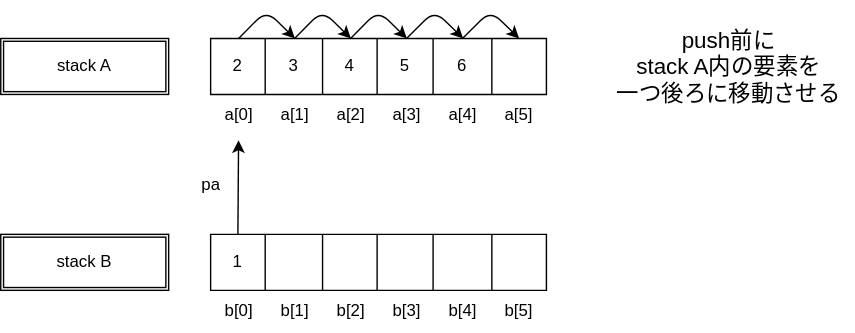
Before: images/array3.svg, a diagram exported from draw.io (welove-t/42Tokyo-push_swap). Source tidied: cells renumbered, new cells last; positions are measured from the earlier drawing's top-left corner, leaving out a move shared by most shapes.
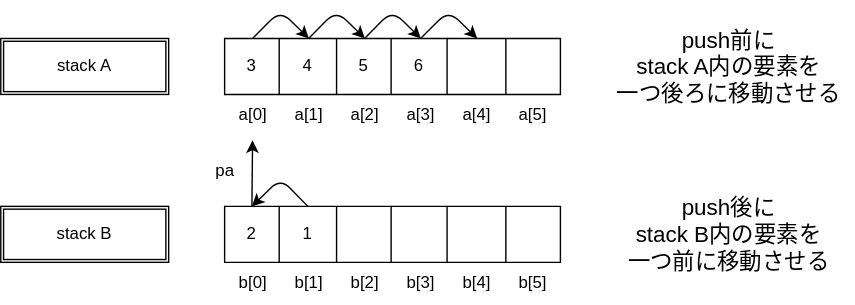
The same file after the commit.

Change to the diagram source:
```diff
@@ -3,64 +3,57 @@
     <mxCell id="0" />
     <mxCell id="1" parent="0" />
     <mxCell id="2" style="shape=table;html=1;whiteSpace=wrap;startSize=0;" parent="1" vertex="1">
-      <mxGeometry x="150" y="20" width="240" height="40" as="geometry" />
+      <mxGeometry x="160" y="20" width="240" height="40" as="geometry" />
     </mxCell>
     <mxCell id="3" style="shape=tableRow;horizontal=0;startSize=0;swimlaneHead=0;swimlaneBody=0;top=0;left=0;bottom=0;right=0;fillColor=none;" parent="2" vertex="1">
       <mxGeometry width="240" height="40" as="geometry" />
     </mxCell>
-    <mxCell id="4" value="2" style="shape=partialRectangle;html=1;whiteSpace=wrap;fillColor=none;top=0;left=0;bottom=0;right=0;overflow=hidden;" parent="3" vertex="1">
+    <mxCell id="4" value="3" style="shape=partialRectangle;html=1;whiteSpace=wrap;fillColor=none;top=0;left=0;bottom=0;right=0;overflow=hidden;" parent="3" vertex="1">
       <mxGeometry width="39" height="40" as="geometry" />
     </mxCell>
-    <mxCell id="5" value="3" style="shape=partialRectangle;html=1;whiteSpace=wrap;fillColor=none;top=0;left=0;bottom=0;right=0;overflow=hidden;" parent="3" vertex="1">
+    <mxCell id="5" value="4" style="shape=partialRectangle;html=1;whiteSpace=wrap;fillColor=none;top=0;left=0;bottom=0;right=0;overflow=hidden;" parent="3" vertex="1">
       <mxGeometry x="39" width="41" height="40" as="geometry" />
     </mxCell>
-    <mxCell id="6" value="4" style="shape=partialRectangle;html=1;whiteSpace=wrap;fillColor=none;top=0;left=0;bottom=0;right=0;overflow=hidden;" parent="3" vertex="1">
+    <mxCell id="6" value="5" style="shape=partialRectangle;html=1;whiteSpace=wrap;fillColor=none;top=0;left=0;bottom=0;right=0;overflow=hidden;" parent="3" vertex="1">
       <mxGeometry x="80" width="39" height="40" as="geometry" />
     </mxCell>
-    <mxCell id="7" value="5" style="shape=partialRectangle;html=1;whiteSpace=wrap;fillColor=none;top=0;left=0;bottom=0;right=0;overflow=hidden;" parent="3" vertex="1">
+    <mxCell id="7" value="6" style="shape=partialRectangle;html=1;whiteSpace=wrap;fillColor=none;top=0;left=0;bottom=0;right=0;overflow=hidden;" parent="3" vertex="1">
       <mxGeometry x="119" width="40" height="40" as="geometry" />
     </mxCell>
-    <mxCell id="8" value="6" style="shape=partialRectangle;html=1;whiteSpace=wrap;fillColor=none;top=0;left=0;bottom=0;right=0;overflow=hidden;" parent="3" vertex="1">
+    <mxCell id="8" style="shape=partialRectangle;html=1;whiteSpace=wrap;fillColor=none;top=0;left=0;bottom=0;right=0;overflow=hidden;" parent="3" vertex="1">
       <mxGeometry x="159" width="42" height="40" as="geometry" />
     </mxCell>
     <mxCell id="9" style="shape=partialRectangle;html=1;whiteSpace=wrap;fillColor=none;top=0;left=0;bottom=0;right=0;overflow=hidden;" parent="3" vertex="1">
       <mxGeometry x="201" width="39" height="40" as="geometry" />
     </mxCell>
-    <mxCell id="10" style="edgeStyle=none;html=1;exitX=0.5;exitY=0;exitDx=0;exitDy=0;fontSize=16;fontColor=#1A1A1A;entryX=0.5;entryY=0;entryDx=0;entryDy=0;" parent="3" edge="1" source="8" target="9">
-      <mxGeometry relative="1" as="geometry">
-        <Array as="points">
-          <mxPoint x="200" y="-20" />
-        </Array>
-      </mxGeometry>
-    </mxCell>
     <mxCell id="11" value="a[0]" style="text;html=1;align=center;verticalAlign=middle;points=[];strokeColor=none;fillColor=none;" parent="1" vertex="1">
-      <mxGeometry x="150" y="60" width="40" height="30" as="geometry" />
+      <mxGeometry x="160" y="60" width="40" height="30" as="geometry" />
     </mxCell>
     <mxCell id="12" value="a[1]" style="text;html=1;align=center;verticalAlign=middle;strokeColor=none;fillColor=none;" parent="1" vertex="1">
-      <mxGeometry x="190" y="60" width="40" height="30" as="geometry" />
+      <mxGeometry x="200" y="60" width="40" height="30" as="geometry" />
     </mxCell>
     <mxCell id="13" value="a[2]" style="text;html=1;align=center;verticalAlign=middle;strokeColor=none;fillColor=none;" parent="1" vertex="1">
-      <mxGeometry x="230" y="60" width="40" height="30" as="geometry" />
+      <mxGeometry x="240" y="60" width="40" height="30" as="geometry" />
     </mxCell>
     <mxCell id="14" value="a[3]" style="text;html=1;align=center;verticalAlign=middle;strokeColor=none;fillColor=none;" parent="1" vertex="1">
-      <mxGeometry x="270" y="60" width="40" height="30" as="geometry" />
+      <mxGeometry x="280" y="60" width="40" height="30" as="geometry" />
     </mxCell>
     <mxCell id="15" value="a[4]" style="text;html=1;align=center;verticalAlign=middle;strokeColor=none;fillColor=none;" parent="1" vertex="1">
-      <mxGeometry x="310" y="60" width="40" height="30" as="geometry" />
+      <mxGeometry x="320" y="60" width="40" height="30" as="geometry" />
     </mxCell>
     <mxCell id="16" value="a[5]" style="text;html=1;align=center;verticalAlign=middle;strokeColor=none;fillColor=none;" parent="1" vertex="1">
-      <mxGeometry x="350" y="60" width="40" height="30" as="geometry" />
+      <mxGeometry x="360" y="60" width="40" height="30" as="geometry" />
     </mxCell>
     <mxCell id="17" style="shape=table;html=1;whiteSpace=wrap;startSize=0;" parent="1" vertex="1">
-      <mxGeometry x="150" y="160" width="240" height="40" as="geometry" />
+      <mxGeometry x="160" y="140" width="240" height="40" as="geometry" />
     </mxCell>
     <mxCell id="18" style="shape=tableRow;horizontal=0;startSize=0;swimlaneHead=0;swimlaneBody=0;top=0;left=0;bottom=0;right=0;fillColor=none;" parent="17" vertex="1">
       <mxGeometry width="240" height="40" as="geometry" />
     </mxCell>
-    <mxCell id="19" value="1" style="shape=partialRectangle;html=1;whiteSpace=wrap;fillColor=none;top=0;left=0;bottom=0;right=0;overflow=hidden;" parent="18" vertex="1">
+    <mxCell id="19" value="2" style="shape=partialRectangle;html=1;whiteSpace=wrap;fillColor=none;top=0;left=0;bottom=0;right=0;overflow=hidden;" parent="18" vertex="1">
       <mxGeometry width="39" height="40" as="geometry" />
     </mxCell>
-    <mxCell id="20" style="shape=partialRectangle;html=1;whiteSpace=wrap;fillColor=none;top=0;left=0;bottom=0;right=0;overflow=hidden;" parent="18" vertex="1">
+    <mxCell id="20" value="1" style="shape=partialRectangle;html=1;whiteSpace=wrap;fillColor=none;top=0;left=0;bottom=0;right=0;overflow=hidden;" parent="18" vertex="1">
       <mxGeometry x="39" width="41" height="40" as="geometry" />
     </mxCell>
     <mxCell id="21" style="shape=partialRectangle;html=1;whiteSpace=wrap;fillColor=none;top=0;left=0;bottom=0;right=0;overflow=hidden;" parent="18" vertex="1">
@@ -75,74 +68,84 @@
     <mxCell id="24" style="shape=partialRectangle;html=1;whiteSpace=wrap;fillColor=none;top=0;left=0;bottom=0;right=0;overflow=hidden;" parent="18" vertex="1">
       <mxGeometry x="201" width="39" height="40" as="geometry" />
     </mxCell>
+    <mxCell id="40" style="edgeStyle=none;html=1;exitX=0.5;exitY=0;exitDx=0;exitDy=0;entryX=0.5;entryY=0;entryDx=0;entryDy=0;" parent="18" edge="1" source="20" target="19">
+      <mxGeometry relative="1" as="geometry">
+        <Array as="points">
+          <mxPoint x="40" y="-20" />
+        </Array>
+      </mxGeometry>
+    </mxCell>
     <mxCell id="25" value="b[0]" style="text;html=1;align=center;verticalAlign=middle;strokeColor=none;fillColor=none;" parent="1" vertex="1">
-      <mxGeometry x="150" y="200" width="40" height="30" as="geometry" />
+      <mxGeometry x="160" y="180" width="40" height="30" as="geometry" />
     </mxCell>
     <mxCell id="26" value="b[1]" style="text;html=1;align=center;verticalAlign=middle;strokeColor=none;fillColor=none;" parent="1" vertex="1">
-      <mxGeometry x="190" y="200" width="40" height="30" as="geometry" />
+      <mxGeometry x="200" y="180" width="40" height="30" as="geometry" />
     </mxCell>
     <mxCell id="27" value="b[2]" style="text;html=1;align=center;verticalAlign=middle;strokeColor=none;fillColor=none;" parent="1" vertex="1">
-      <mxGeometry x="230" y="200" width="40" height="30" as="geometry" />
+      <mxGeometry x="240" y="180" width="40" height="30" as="geometry" />
     </mxCell>
     <mxCell id="28" value="b[3]" style="text;html=1;align=center;verticalAlign=middle;strokeColor=none;fillColor=none;" parent="1" vertex="1">
-      <mxGeometry x="270" y="200" width="40" height="30" as="geometry" />
+      <mxGeometry x="280" y="180" width="40" height="30" as="geometry" />
     </mxCell>
     <mxCell id="29" value="b[4]" style="text;html=1;align=center;verticalAlign=middle;strokeColor=none;fillColor=none;" parent="1" vertex="1">
-      <mxGeometry x="310" y="200" width="40" height="30" as="geometry" />
+      <mxGeometry x="320" y="180" width="40" height="30" as="geometry" />
     </mxCell>
     <mxCell id="30" value="b[5]" style="text;html=1;align=center;verticalAlign=middle;strokeColor=none;fillColor=none;" parent="1" vertex="1">
-      <mxGeometry x="350" y="200" width="40" height="30" as="geometry" />
+      <mxGeometry x="360" y="180" width="40" height="30" as="geometry" />
     </mxCell>
     <mxCell id="31" value="stack A" style="shape=ext;double=1;rounded=0;whiteSpace=wrap;html=1;" parent="1" vertex="1">
       <mxGeometry y="20" width="120" height="40" as="geometry" />
     </mxCell>
     <mxCell id="32" value="stack B" style="shape=ext;double=1;rounded=0;whiteSpace=wrap;html=1;" parent="1" vertex="1">
-      <mxGeometry y="160" width="120" height="40" as="geometry" />
+      <mxGeometry y="140" width="120" height="40" as="geometry" />
     </mxCell>
     <mxCell id="33" style="edgeStyle=none;html=1;exitX=0.5;exitY=0;exitDx=0;exitDy=0;entryX=0.499;entryY=1.094;entryDx=0;entryDy=0;entryPerimeter=0;fontSize=16;fontColor=#1A1A1A;" parent="1" edge="1" source="19" target="11">
       <mxGeometry relative="1" as="geometry" />
     </mxCell>
     <mxCell id="34" value="pa" style="text;html=1;align=center;verticalAlign=middle;strokeColor=none;fillColor=none;" parent="1" vertex="1">
-      <mxGeometry x="130" y="110" width="40" height="30" as="geometry" />
+      <mxGeometry x="140" y="100" width="40" height="30" as="geometry" />
     </mxCell>
     <mxCell id="35" style="edgeStyle=none;html=1;exitX=0.5;exitY=0;exitDx=0;exitDy=0;fontSize=16;fontColor=#1A1A1A;entryX=0.5;entryY=0;entryDx=0;entryDy=0;" parent="1" edge="1">
       <mxGeometry relative="1" as="geometry">
-        <mxPoint x="290" y="20" as="sourcePoint" />
-        <mxPoint x="330.5" y="20" as="targetPoint" />
+        <mxPoint x="300" y="20" as="sourcePoint" />
+        <mxPoint x="340.5" y="20" as="targetPoint" />
         <Array as="points">
-          <mxPoint x="310" />
+          <mxPoint x="320" />
         </Array>
       </mxGeometry>
     </mxCell>
     <mxCell id="36" style="edgeStyle=none;html=1;fontSize=16;fontColor=#1A1A1A;entryX=0.5;entryY=0;entryDx=0;entryDy=0;" parent="1" edge="1">
       <mxGeometry relative="1" as="geometry">
-        <mxPoint x="250" y="20" as="sourcePoint" />
-        <mxPoint x="290.2" y="20" as="targetPoint" />
+        <mxPoint x="260" y="20" as="sourcePoint" />
+        <mxPoint x="300.2" y="20" as="targetPoint" />
         <Array as="points">
-          <mxPoint x="269.8" />
+          <mxPoint x="279.8" />
         </Array>
       </mxGeometry>
     </mxCell>
     <mxCell id="37" style="edgeStyle=none;html=1;fontSize=16;fontColor=#1A1A1A;entryX=0.5;entryY=0;entryDx=0;entryDy=0;" parent="1" edge="1">
       <mxGeometry relative="1" as="geometry">
-        <mxPoint x="210" y="20" as="sourcePoint" />
-        <mxPoint x="250.2" y="20" as="targetPoint" />
+        <mxPoint x="220" y="20" as="sourcePoint" />
+        <mxPoint x="260.2" y="20" as="targetPoint" />
         <Array as="points">
-          <mxPoint x="229.8" />
+          <mxPoint x="239.8" />
         </Array>
       </mxGeometry>
     </mxCell>
     <mxCell id="38" style="edgeStyle=none;html=1;fontSize=16;fontColor=#1A1A1A;entryX=0.5;entryY=0;entryDx=0;entryDy=0;" parent="1" edge="1">
       <mxGeometry relative="1" as="geometry">
-        <mxPoint x="170" y="20" as="sourcePoint" />
-        <mxPoint x="210.2" y="20" as="targetPoint" />
+        <mxPoint x="180" y="20" as="sourcePoint" />
+        <mxPoint x="220.2" y="20" as="targetPoint" />
         <Array as="points">
-          <mxPoint x="189.8" />
+          <mxPoint x="199.8" />
         </Array>
       </mxGeometry>
     </mxCell>
     <mxCell id="39" value="&lt;span style=&quot;font-size: 16px;&quot;&gt;push前に&lt;/span&gt;&lt;br style=&quot;font-size: 16px;&quot;&gt;&lt;span style=&quot;font-size: 16px;&quot;&gt;stack A内の要素を&lt;/span&gt;&lt;br style=&quot;font-size: 16px;&quot;&gt;&lt;span style=&quot;font-size: 16px;&quot;&gt;一つ後ろに移動させる&lt;/span&gt;" style="text;html=1;align=center;verticalAlign=middle;strokeColor=none;fillColor=none;" parent="1" vertex="1">
       <mxGeometry x="430" y="5" width="180" height="70" as="geometry" />
     </mxCell>
+    <mxCell id="41" value="&lt;span style=&quot;font-size: 16px;&quot;&gt;push後に&lt;/span&gt;&lt;br style=&quot;font-size: 16px;&quot;&gt;&lt;span style=&quot;font-size: 16px;&quot;&gt;stack B内の要素を&lt;/span&gt;&lt;br style=&quot;font-size: 16px;&quot;&gt;&lt;span style=&quot;font-size: 16px;&quot;&gt;一つ前に移動させる&lt;/span&gt;" style="text;html=1;align=center;verticalAlign=middle;strokeColor=none;fillColor=none;" parent="1" vertex="1">
+      <mxGeometry x="435" y="125" width="170" height="70" as="geometry" />
+    </mxCell>
   </root>
 </mxGraphModel>
```
